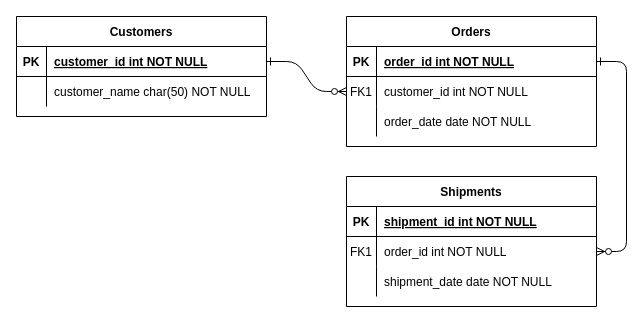
Before: src/Modelo_base_de_dados.drawio in ICEI-PUC-Minas-PMV-ADS/pmv-ads-2022-2-e2-proj-int-t4-pmv-ads-2022-2-e2-proj-int-t4-academia, a draw.io diagram. Source tidied: cells renumbered, new cells numbered last; positions are measured from the earlier drawing's top-left corner, leaving out a move shared by most shapes. Both pictures are drawn from the tidied source at 100%, with x=0, y=0 at pixel (16, 16).
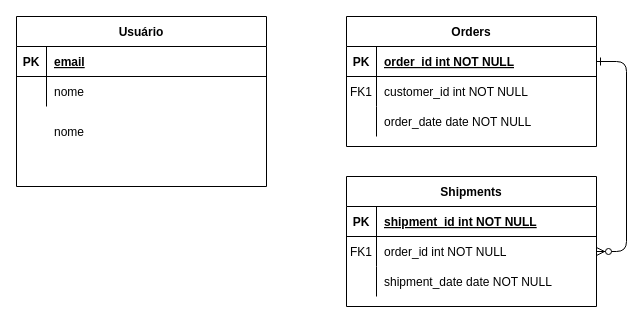
The same page after the edit.

Commit message:
Alteração do banco

Unchanged cells that the change refers to:
```xml
<mxCell id="8" style="shape=partialRectangle;fillColor=none;points=[[0,0.5],[1,0.5]];portConstraint=eastwest;top=0;left=0;right=0;bottom=0;" parent="4" vertex="1">
  <mxGeometry y="60" width="250" height="30" as="geometry" />
</mxCell>
<mxCell id="25" style="shape=partialRectangle;fillColor=none;points=[[0,0.5],[1,0.5]];portConstraint=eastwest;top=0;left=0;right=0;bottom=1;" parent="24" vertex="1">
  <mxGeometry y="30" width="250" height="30" as="geometry" />
</mxCell>
<mxCell id="28" style="shape=partialRectangle;fillColor=none;top=0;left=0;right=0;bottom=0;" parent="24" vertex="1">
  <mxGeometry y="60" width="250" height="30" as="geometry" />
</mxCell>
```

Diff of the diagram source:
```diff
@@
-    <mxCell id="2" style="edgeStyle=entityRelationEdgeStyle;endArrow=ERzeroToMany;startArrow=ERone;endFill=1;startFill=0;" parent="1" edge="1" source="25" target="8">
-      <mxGeometry relative="1" as="geometry" />
-    </mxCell>
@@
-    <mxCell id="24" value="Customers" style="shape=table;startSize=30;childLayout=tableLayout;rowLines=0;fontStyle=1;align=center;" parent="1" vertex="1">
-      <mxGeometry width="250" height="100" as="geometry" />
+    <mxCell id="24" value="Usuário" style="shape=table;startSize=30;childLayout=tableLayout;rowLines=0;fontStyle=1;align=center;" parent="1" vertex="1">
+      <mxGeometry width="250" height="170" as="geometry" />
     </mxCell>
@@
-    <mxCell id="27" value="customer_id int NOT NULL " style="shape=partialRectangle;overflow=hidden;fillColor=none;top=0;left=0;bottom=0;right=0;align=left;spacingLeft=6;fontStyle=5;" parent="25" vertex="1">
+    <mxCell id="27" value="email" style="shape=partialRectangle;overflow=hidden;fillColor=none;top=0;left=0;bottom=0;right=0;align=left;spacingLeft=6;fontStyle=5;" parent="25" vertex="1">
       <mxGeometry x="30" width="220" height="30" as="geometry" />
     </mxCell>
@@
-    <mxCell id="30" value="customer_name char(50) NOT NULL" style="shape=partialRectangle;overflow=hidden;fillColor=none;top=0;left=0;bottom=0;right=0;align=left;spacingLeft=6;" parent="28" vertex="1">
+    <mxCell id="30" value="nome" style="shape=partialRectangle;overflow=hidden;fillColor=none;top=0;left=0;bottom=0;right=0;align=left;spacingLeft=6;" parent="28" vertex="1">
       <mxGeometry x="30" width="220" height="30" as="geometry" />
     </mxCell>
+    <mxCell id="31" value="nome" style="shape=partialRectangle;overflow=hidden;fillColor=none;top=0;left=0;bottom=0;right=0;align=left;spacingLeft=6;" parent="1" vertex="1">
+      <mxGeometry x="30" y="100" width="220" height="30" as="geometry" />
+    </mxCell>
```
